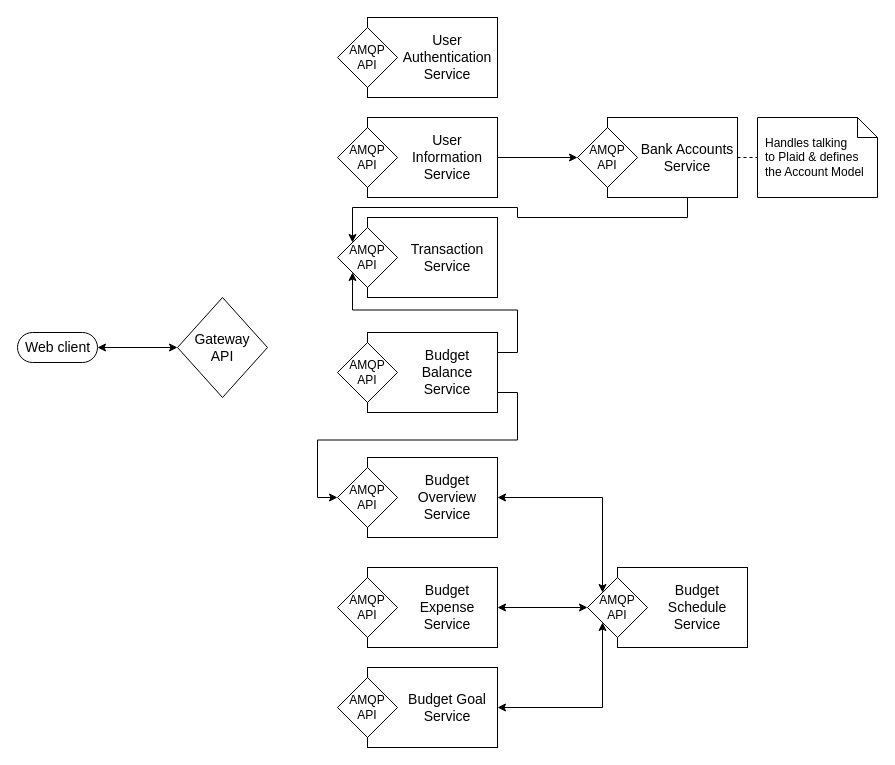
This is MVP_design.drawio from cheese-drawer/meta, a draw.io file, before an edit. Source tidied: cells renumbered, new cells numbered last; positions are measured from the earlier drawing's top-left corner, leaving out a move shared by most shapes. Both pictures are drawn from the tidied source at 100%, with x=0, y=0 at pixel (17, 17).
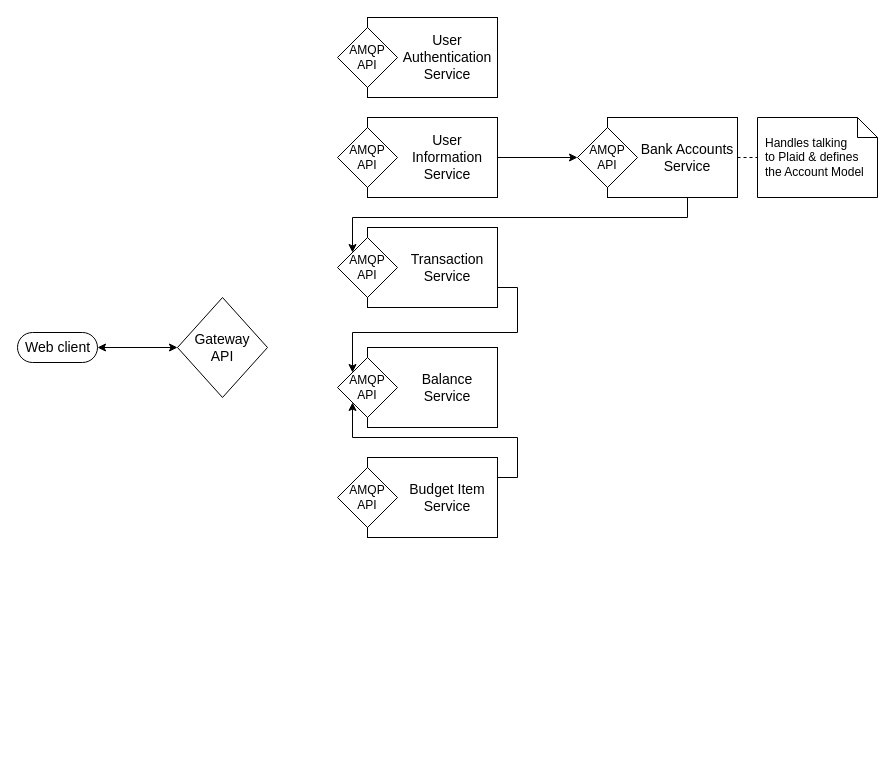
Above is the later version.

Commit message:
Simplify budget services for MVP

The change refers to these unchanged cells:
```xml
<mxCell id="19" value="&lt;div&gt;AMQP &lt;br&gt;&lt;/div&gt;&lt;div&gt;API&lt;/div&gt;" style="shape=rhombus;html=1;dashed=0;whitespace=wrap;perimeter=rhombusPerimeter;whiteSpace=wrap;fontSize=12;" parent="17" vertex="1">
  <mxGeometry y="10" width="60" height="60" as="geometry" />
</mxCell>
<mxCell id="20" value="Transaction Service" style="text;html=1;strokeColor=none;fillColor=none;align=center;verticalAlign=middle;whiteSpace=wrap;rounded=0;dashed=1;fontSize=14;" parent="17" vertex="1">
  <mxGeometry x="60" width="100" height="80" as="geometry" />
</mxCell>
<mxCell id="37" value="&lt;div&gt;AMQP &lt;br&gt;&lt;/div&gt;&lt;div&gt;API&lt;/div&gt;" style="shape=rhombus;html=1;dashed=0;whitespace=wrap;perimeter=rhombusPerimeter;whiteSpace=wrap;fontSize=12;" parent="35" vertex="1">
  <mxGeometry y="10" width="60" height="60" as="geometry" />
</mxCell>
```

Change to the diagram source:
```diff
@@
     <mxCell id="17" style="group;" parent="1" vertex="1">
-      <mxGeometry x="320" y="200" width="160" height="80" as="geometry" />
+      <mxGeometry x="320" y="210" width="160" height="80" as="geometry" />
     </mxCell>
@@
-    <mxCell id="23" style="group;" parent="1" vertex="1">
-      <mxGeometry x="570" y="550" width="160" height="80" as="geometry" />
-    </mxCell>
-    <mxCell id="24" style="html=1;dashed=0;whitespace=wrap;whiteSpace=wrap;" parent="23" vertex="1">
-      <mxGeometry x="30" width="130" height="80" as="geometry" />
-    </mxCell>
-    <mxCell id="25" value="&lt;div&gt;AMQP &lt;br&gt;&lt;/div&gt;&lt;div&gt;API&lt;/div&gt;" style="shape=rhombus;html=1;dashed=0;whitespace=wrap;perimeter=rhombusPerimeter;whiteSpace=wrap;fontSize=12;" parent="23" vertex="1">
-      <mxGeometry y="10" width="60" height="60" as="geometry" />
-    </mxCell>
-    <mxCell id="26" value="Budget Schedule Service" style="text;html=1;strokeColor=none;fillColor=none;align=center;verticalAlign=middle;whiteSpace=wrap;rounded=0;dashed=1;fontSize=14;" parent="23" vertex="1">
-      <mxGeometry x="60" width="100" height="80" as="geometry" />
-    </mxCell>
     <mxCell id="27" style="group;" parent="1" vertex="1">
-      <mxGeometry x="320" y="550" width="160" height="80" as="geometry" />
+      <mxGeometry x="320" y="440" width="160" height="80" as="geometry" />
     </mxCell>
@@
-    <mxCell id="30" value="Budget Expense Service" style="text;html=1;strokeColor=none;fillColor=none;align=center;verticalAlign=middle;whiteSpace=wrap;rounded=0;dashed=1;fontSize=14;" parent="27" vertex="1">
+    <mxCell id="30" value="Budget Item Service" style="text;html=1;strokeColor=none;fillColor=none;align=center;verticalAlign=middle;whiteSpace=wrap;rounded=0;dashed=1;fontSize=14;" parent="27" vertex="1">
       <mxGeometry x="60" width="100" height="80" as="geometry" />
     </mxCell>
-    <mxCell id="31" style="group;" parent="1" vertex="1">
-      <mxGeometry x="320" y="650" width="160" height="80" as="geometry" />
-    </mxCell>
-    <mxCell id="32" style="html=1;dashed=0;whitespace=wrap;whiteSpace=wrap;" parent="31" vertex="1">
-      <mxGeometry x="30" width="130" height="80" as="geometry" />
-    </mxCell>
-    <mxCell id="33" value="&lt;div&gt;AMQP &lt;br&gt;&lt;/div&gt;&lt;div&gt;API&lt;/div&gt;" style="shape=rhombus;html=1;dashed=0;whitespace=wrap;perimeter=rhombusPerimeter;whiteSpace=wrap;fontSize=12;" parent="31" vertex="1">
-      <mxGeometry y="10" width="60" height="60" as="geometry" />
-    </mxCell>
-    <mxCell id="34" value="Budget Goal Service" style="text;html=1;strokeColor=none;fillColor=none;align=center;verticalAlign=middle;whiteSpace=wrap;rounded=0;dashed=1;fontSize=14;" parent="31" vertex="1">
-      <mxGeometry x="60" width="100" height="80" as="geometry" />
-    </mxCell>
     <mxCell id="35" style="group;" parent="1" vertex="1">
-      <mxGeometry x="320" y="315" width="160" height="80" as="geometry" />
+      <mxGeometry x="320" y="330" width="160" height="80" as="geometry" />
     </mxCell>
@@
-    <mxCell id="38" value="Budget Balance Service" style="text;html=1;strokeColor=none;fillColor=none;align=center;verticalAlign=middle;whiteSpace=wrap;rounded=0;dashed=1;fontSize=14;" parent="35" vertex="1">
+    <mxCell id="38" value="Balance Service" style="text;html=1;strokeColor=none;fillColor=none;align=center;verticalAlign=middle;whiteSpace=wrap;rounded=0;dashed=1;fontSize=14;" parent="35" vertex="1">
       <mxGeometry x="60" width="100" height="80" as="geometry" />
     </mxCell>
-    <mxCell id="39" style="group;" parent="1" vertex="1">
-      <mxGeometry x="320" y="440" width="160" height="80" as="geometry" />
-    </mxCell>
-    <mxCell id="40" style="html=1;dashed=0;whitespace=wrap;whiteSpace=wrap;" parent="39" vertex="1">
-      <mxGeometry x="30" width="130" height="80" as="geometry" />
-    </mxCell>
-    <mxCell id="41" value="&lt;div&gt;AMQP &lt;br&gt;&lt;/div&gt;&lt;div&gt;API&lt;/div&gt;" style="shape=rhombus;html=1;dashed=0;whitespace=wrap;perimeter=rhombusPerimeter;whiteSpace=wrap;fontSize=12;" parent="39" vertex="1">
-      <mxGeometry y="10" width="60" height="60" as="geometry" />
-    </mxCell>
-    <mxCell id="42" value="Budget Overview Service" style="text;html=1;strokeColor=none;fillColor=none;align=center;verticalAlign=middle;whiteSpace=wrap;rounded=0;dashed=1;fontSize=14;" parent="39" vertex="1">
-      <mxGeometry x="60" width="100" height="80" as="geometry" />
-    </mxCell>
-    <mxCell id="43" style="edgeStyle=orthogonalEdgeStyle;rounded=0;jettySize=auto;html=1;exitX=1;exitY=0.5;exitDx=0;exitDy=0;entryX=0;entryY=0;entryDx=0;entryDy=0;startArrow=classic;startFill=1;" parent="1" edge="1" source="42" target="25">
-      <mxGeometry relative="1" as="geometry" />
-    </mxCell>
-    <mxCell id="44" style="edgeStyle=orthogonalEdgeStyle;rounded=0;jettySize=auto;html=1;exitX=1;exitY=0.5;exitDx=0;exitDy=0;entryX=0;entryY=0.5;entryDx=0;entryDy=0;startArrow=classic;startFill=1;" parent="1" edge="1" source="30" target="25">
-      <mxGeometry relative="1" as="geometry" />
-    </mxCell>
-    <mxCell id="45" style="edgeStyle=orthogonalEdgeStyle;rounded=0;jettySize=auto;html=1;exitX=1;exitY=0.5;exitDx=0;exitDy=0;entryX=0;entryY=1;entryDx=0;entryDy=0;startArrow=classic;startFill=1;" parent="1" edge="1" source="34" target="25">
-      <mxGeometry relative="1" as="geometry" />
-    </mxCell>
-    <mxCell id="46" style="edgeStyle=orthogonalEdgeStyle;rounded=0;jettySize=auto;html=1;exitX=1;exitY=0.75;exitDx=0;exitDy=0;entryX=0;entryY=0.5;entryDx=0;entryDy=0;" parent="1" edge="1" source="38" target="41">
-      <mxGeometry relative="1" as="geometry" />
-    </mxCell>
-    <mxCell id="47" style="edgeStyle=orthogonalEdgeStyle;rounded=0;jettySize=auto;html=1;exitX=1;exitY=0.25;exitDx=0;exitDy=0;entryX=0;entryY=1;entryDx=0;entryDy=0;" parent="1" edge="1" source="38" target="19">
+    <mxCell id="47" style="edgeStyle=orthogonalEdgeStyle;rounded=0;jettySize=auto;html=1;exitX=1;exitY=0.75;exitDx=0;exitDy=0;startArrow=none;startFill=0;entryX=0;entryY=0;entryDx=0;entryDy=0;" parent="1" edge="1" source="20" target="37">
       <mxGeometry relative="1" as="geometry" />
     </mxCell>
@@
+    <mxCell id="46" style="edgeStyle=orthogonalEdgeStyle;rounded=0;jettySize=auto;html=1;exitX=1;exitY=0.25;exitDx=0;exitDy=0;entryX=0;entryY=1;entryDx=0;entryDy=0;" parent="1" edge="1" source="30" target="37">
+      <mxGeometry relative="1" as="geometry" />
+    </mxCell>
```
